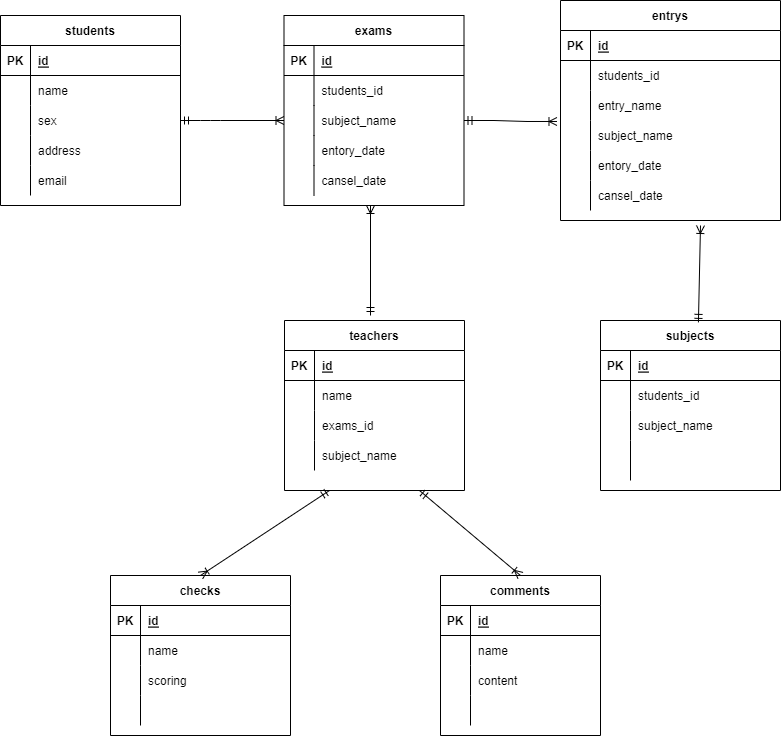
Above: index.drawio.png in yuuseijuri/20220804ozawa (draw.io), before the change. Source tidied: cells renumbered, new cells last; positions are measured from the earlier drawing's top-left corner, leaving out a move shared by most shapes.
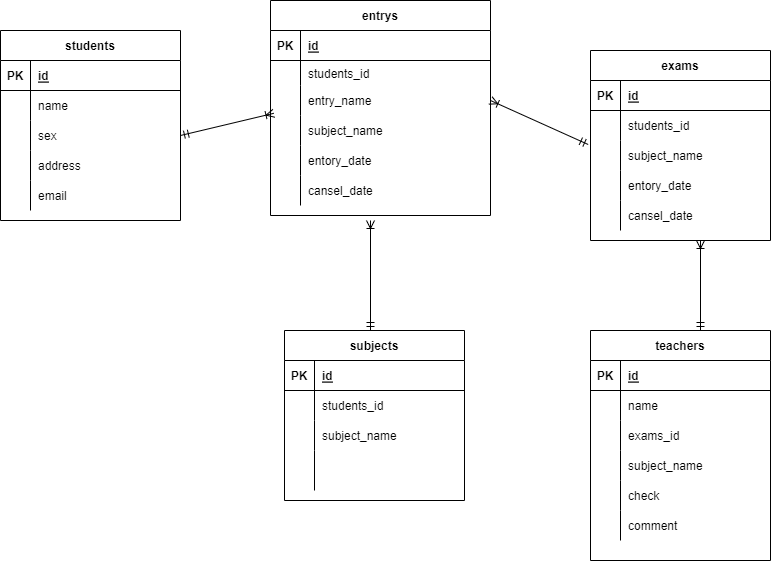
The same file after the commit.

What changed in the source:
```diff
@@ -51,7 +51,7 @@
       <mxGeometry x="30" width="150" height="30" as="geometry" />
     </mxCell>
     <mxCell id="18" value="entrys" style="shape=table;startSize=30;rowLines=0;fontStyle=1;align=center;" parent="1" vertex="1">
-      <mxGeometry x="560" width="220" height="220" as="geometry" />
+      <mxGeometry x="270" y="-15" width="220" height="215" as="geometry" />
     </mxCell>
     <mxCell id="19" style="shape=partialRectangle;fillColor=none;top=0;left=0;bottom=1;right=0;" parent="18" vertex="1">
       <mxGeometry y="30" width="220" height="30" as="geometry" />
@@ -63,16 +63,16 @@
       <mxGeometry x="30" width="190" height="30" as="geometry" />
     </mxCell>
     <mxCell id="22" style="shape=partialRectangle;fillColor=none;top=0;left=0;bottom=0;right=0;" parent="18" vertex="1">
-      <mxGeometry y="60" width="220" height="30" as="geometry" />
+      <mxGeometry y="60" width="220" height="25" as="geometry" />
     </mxCell>
     <mxCell id="23" style="shape=partialRectangle;fillColor=none;top=0;left=0;bottom=0;right=0;overflow=hidden;" parent="22" vertex="1">
-      <mxGeometry width="30" height="30" as="geometry" />
+      <mxGeometry width="30" height="25" as="geometry" />
     </mxCell>
     <mxCell id="24" value="students_id" style="shape=partialRectangle;fillColor=none;top=0;left=0;bottom=0;right=0;align=left;spacingLeft=6;overflow=hidden;" parent="22" vertex="1">
-      <mxGeometry x="30" width="190" height="30" as="geometry" />
+      <mxGeometry x="30" width="190" height="25" as="geometry" />
     </mxCell>
     <mxCell id="25" style="shape=partialRectangle;fillColor=none;top=0;left=0;bottom=0;right=0;points=[[0,0.5],[1,0.5]];portConstraint=eastwest;" parent="18" vertex="1">
-      <mxGeometry y="90" width="220" height="30" as="geometry" />
+      <mxGeometry y="85" width="220" height="30" as="geometry" />
     </mxCell>
     <mxCell id="26" style="shape=partialRectangle;fillColor=none;top=0;left=0;bottom=0;right=0;overflow=hidden;" parent="25" vertex="1">
       <mxGeometry width="30" height="30" as="geometry" />
@@ -81,7 +81,7 @@
       <mxGeometry x="30" width="190" height="30" as="geometry" />
     </mxCell>
     <mxCell id="28" style="shape=partialRectangle;fillColor=none;top=0;left=0;bottom=0;right=0;points=[[0,0.5],[1,0.5]];portConstraint=eastwest;" parent="18" vertex="1">
-      <mxGeometry y="120" width="220" height="30" as="geometry" />
+      <mxGeometry y="115" width="220" height="30" as="geometry" />
     </mxCell>
     <mxCell id="29" style="shape=partialRectangle;fillColor=none;top=0;left=0;bottom=0;right=0;overflow=hidden;" parent="28" vertex="1">
       <mxGeometry width="30" height="30" as="geometry" />
@@ -90,7 +90,7 @@
       <mxGeometry x="30" width="190" height="30" as="geometry" />
     </mxCell>
     <mxCell id="31" style="shape=partialRectangle;fillColor=none;top=0;left=0;bottom=0;right=0;" parent="18" vertex="1">
-      <mxGeometry y="150" width="220" height="30" as="geometry" />
+      <mxGeometry y="145" width="220" height="30" as="geometry" />
     </mxCell>
     <mxCell id="32" style="shape=partialRectangle;fillColor=none;top=0;left=0;bottom=0;right=0;overflow=hidden;" parent="31" vertex="1">
       <mxGeometry width="30" height="30" as="geometry" />
@@ -99,7 +99,7 @@
       <mxGeometry x="30" width="190" height="30" as="geometry" />
     </mxCell>
     <mxCell id="34" style="shape=partialRectangle;fillColor=none;top=0;left=0;bottom=0;right=0;" parent="18" vertex="1">
-      <mxGeometry y="180" width="220" height="30" as="geometry" />
+      <mxGeometry y="175" width="220" height="30" as="geometry" />
     </mxCell>
     <mxCell id="35" style="shape=partialRectangle;fillColor=none;top=0;left=0;bottom=0;right=0;overflow=hidden;" parent="34" vertex="1">
       <mxGeometry width="30" height="30" as="geometry" />
@@ -108,7 +108,7 @@
       <mxGeometry x="30" width="190" height="30" as="geometry" />
     </mxCell>
     <mxCell id="37" value="subjects" style="shape=table;startSize=30;rowLines=0;fontStyle=1;align=center;" parent="1" vertex="1">
-      <mxGeometry x="600" y="320" width="180" height="170" as="geometry" />
+      <mxGeometry x="284" y="315" width="180" height="170" as="geometry" />
     </mxCell>
     <mxCell id="38" style="shape=partialRectangle;fillColor=none;top=0;left=0;bottom=1;right=0;" parent="37" vertex="1">
       <mxGeometry y="30" width="180" height="30" as="geometry" />
@@ -146,86 +146,8 @@
     <mxCell id="49" style="shape=partialRectangle;fillColor=none;top=0;left=0;bottom=0;right=0;align=left;spacingLeft=6;overflow=hidden;" parent="47" vertex="1">
       <mxGeometry x="30" width="150" height="40" as="geometry" />
     </mxCell>
-    <mxCell id="50" value="checks" style="shape=table;startSize=30;rowLines=0;fontStyle=1;align=center;" parent="1" vertex="1">
-      <mxGeometry x="110" y="575" width="180" height="160" as="geometry" />
-    </mxCell>
-    <mxCell id="51" style="shape=partialRectangle;fillColor=none;top=0;left=0;bottom=1;right=0;" parent="50" vertex="1">
-      <mxGeometry y="30" width="180" height="30" as="geometry" />
-    </mxCell>
-    <mxCell id="52" value="PK" style="shape=partialRectangle;fillColor=none;top=0;left=0;bottom=0;right=0;fontStyle=1;overflow=hidden;" parent="51" vertex="1">
-      <mxGeometry width="30" height="30" as="geometry" />
-    </mxCell>
-    <mxCell id="53" value="id" style="shape=partialRectangle;fillColor=none;top=0;left=0;bottom=0;right=0;align=left;spacingLeft=6;fontStyle=5;overflow=hidden;" parent="51" vertex="1">
-      <mxGeometry x="30" width="150" height="30" as="geometry" />
-    </mxCell>
-    <mxCell id="54" style="shape=partialRectangle;fillColor=none;top=0;left=0;bottom=0;right=0;" parent="50" vertex="1">
-      <mxGeometry y="60" width="180" height="30" as="geometry" />
-    </mxCell>
-    <mxCell id="55" style="shape=partialRectangle;fillColor=none;top=0;left=0;bottom=0;right=0;overflow=hidden;" parent="54" vertex="1">
-      <mxGeometry width="30" height="30" as="geometry" />
-    </mxCell>
-    <mxCell id="56" value="name" style="shape=partialRectangle;fillColor=none;top=0;left=0;bottom=0;right=0;align=left;spacingLeft=6;overflow=hidden;" parent="54" vertex="1">
-      <mxGeometry x="30" width="150" height="30" as="geometry" />
-    </mxCell>
-    <mxCell id="57" style="shape=partialRectangle;fillColor=none;top=0;left=0;bottom=0;right=0;" parent="50" vertex="1">
-      <mxGeometry y="90" width="180" height="30" as="geometry" />
-    </mxCell>
-    <mxCell id="58" style="shape=partialRectangle;fillColor=none;top=0;left=0;bottom=0;right=0;overflow=hidden;" parent="57" vertex="1">
-      <mxGeometry width="30" height="30" as="geometry" />
-    </mxCell>
-    <mxCell id="59" value="scoring" style="shape=partialRectangle;fillColor=none;top=0;left=0;bottom=0;right=0;align=left;spacingLeft=6;overflow=hidden;" parent="57" vertex="1">
-      <mxGeometry x="30" width="150" height="30" as="geometry" />
-    </mxCell>
-    <mxCell id="60" style="shape=partialRectangle;fillColor=none;top=0;left=0;bottom=0;right=0;" parent="50" vertex="1">
-      <mxGeometry y="120" width="180" height="30" as="geometry" />
-    </mxCell>
-    <mxCell id="61" style="shape=partialRectangle;fillColor=none;top=0;left=0;bottom=0;right=0;overflow=hidden;" parent="60" vertex="1">
-      <mxGeometry width="30" height="30" as="geometry" />
-    </mxCell>
-    <mxCell id="62" style="shape=partialRectangle;fillColor=none;top=0;left=0;bottom=0;right=0;align=left;spacingLeft=6;overflow=hidden;" parent="60" vertex="1">
-      <mxGeometry x="30" width="150" height="30" as="geometry" />
-    </mxCell>
-    <mxCell id="63" value="comments" style="shape=table;startSize=30;rowLines=0;fontStyle=1;align=center;" parent="1" vertex="1">
-      <mxGeometry x="440" y="575" width="160" height="160" as="geometry" />
-    </mxCell>
-    <mxCell id="64" style="shape=partialRectangle;fillColor=none;top=0;left=0;bottom=1;right=0;" parent="63" vertex="1">
-      <mxGeometry y="30" width="160" height="30" as="geometry" />
-    </mxCell>
-    <mxCell id="65" value="PK" style="shape=partialRectangle;fillColor=none;top=0;left=0;bottom=0;right=0;fontStyle=1;overflow=hidden;" parent="64" vertex="1">
-      <mxGeometry width="30" height="30" as="geometry" />
-    </mxCell>
-    <mxCell id="66" value="id" style="shape=partialRectangle;fillColor=none;top=0;left=0;bottom=0;right=0;align=left;spacingLeft=6;fontStyle=5;overflow=hidden;" parent="64" vertex="1">
-      <mxGeometry x="30" width="130" height="30" as="geometry" />
-    </mxCell>
-    <mxCell id="67" style="shape=partialRectangle;fillColor=none;top=0;left=0;bottom=0;right=0;" parent="63" vertex="1">
-      <mxGeometry y="60" width="160" height="30" as="geometry" />
-    </mxCell>
-    <mxCell id="68" style="shape=partialRectangle;fillColor=none;top=0;left=0;bottom=0;right=0;overflow=hidden;" parent="67" vertex="1">
-      <mxGeometry width="30" height="30" as="geometry" />
-    </mxCell>
-    <mxCell id="69" value="name" style="shape=partialRectangle;fillColor=none;top=0;left=0;bottom=0;right=0;align=left;spacingLeft=6;overflow=hidden;" parent="67" vertex="1">
-      <mxGeometry x="30" width="130" height="30" as="geometry" />
-    </mxCell>
-    <mxCell id="70" style="shape=partialRectangle;fillColor=none;top=0;left=0;bottom=0;right=0;" parent="63" vertex="1">
-      <mxGeometry y="90" width="160" height="30" as="geometry" />
-    </mxCell>
-    <mxCell id="71" style="shape=partialRectangle;fillColor=none;top=0;left=0;bottom=0;right=0;overflow=hidden;" parent="70" vertex="1">
-      <mxGeometry width="30" height="30" as="geometry" />
-    </mxCell>
-    <mxCell id="72" value="content" style="shape=partialRectangle;fillColor=none;top=0;left=0;bottom=0;right=0;align=left;spacingLeft=6;overflow=hidden;" parent="70" vertex="1">
-      <mxGeometry x="30" width="130" height="30" as="geometry" />
-    </mxCell>
-    <mxCell id="73" style="shape=partialRectangle;fillColor=none;top=0;left=0;bottom=0;right=0;" parent="63" vertex="1">
-      <mxGeometry y="120" width="160" height="30" as="geometry" />
-    </mxCell>
-    <mxCell id="74" style="shape=partialRectangle;fillColor=none;top=0;left=0;bottom=0;right=0;overflow=hidden;" parent="73" vertex="1">
-      <mxGeometry width="30" height="30" as="geometry" />
-    </mxCell>
-    <mxCell id="75" style="shape=partialRectangle;fillColor=none;top=0;left=0;bottom=0;right=0;align=left;spacingLeft=6;overflow=hidden;" parent="73" vertex="1">
-      <mxGeometry x="30" width="130" height="30" as="geometry" />
-    </mxCell>
     <mxCell id="76" value="teachers" style="shape=table;startSize=30;rowLines=0;fontStyle=1;align=center;" parent="1" vertex="1">
-      <mxGeometry x="284" y="320" width="180" height="170" as="geometry" />
+      <mxGeometry x="590" y="315" width="180" height="230" as="geometry" />
     </mxCell>
     <mxCell id="77" style="shape=partialRectangle;fillColor=none;top=0;left=0;bottom=1;right=0;" parent="76" vertex="1">
       <mxGeometry y="30" width="180" height="30" as="geometry" />
@@ -263,8 +185,26 @@
     <mxCell id="88" value="subject_name" style="shape=partialRectangle;fillColor=none;top=0;left=0;bottom=0;right=0;align=left;spacingLeft=6;overflow=hidden;" parent="86" vertex="1">
       <mxGeometry x="30" width="150" height="30" as="geometry" />
     </mxCell>
+    <mxCell id="111" style="shape=partialRectangle;fillColor=none;top=0;left=0;bottom=0;right=0;" parent="76" vertex="1">
+      <mxGeometry y="150" width="180" height="30" as="geometry" />
+    </mxCell>
+    <mxCell id="112" style="shape=partialRectangle;fillColor=none;top=0;left=0;bottom=0;right=0;overflow=hidden;" parent="111" vertex="1">
+      <mxGeometry width="30" height="30" as="geometry" />
+    </mxCell>
+    <mxCell id="113" value="check" style="shape=partialRectangle;fillColor=none;top=0;left=0;bottom=0;right=0;align=left;spacingLeft=6;overflow=hidden;" parent="111" vertex="1">
+      <mxGeometry x="30" width="150" height="30" as="geometry" />
+    </mxCell>
+    <mxCell id="114" style="shape=partialRectangle;fillColor=none;top=0;left=0;bottom=0;right=0;" parent="76" vertex="1">
+      <mxGeometry y="180" width="180" height="30" as="geometry" />
+    </mxCell>
+    <mxCell id="115" style="shape=partialRectangle;fillColor=none;top=0;left=0;bottom=0;right=0;overflow=hidden;" parent="114" vertex="1">
+      <mxGeometry width="30" height="30" as="geometry" />
+    </mxCell>
+    <mxCell id="116" value="comment" style="shape=partialRectangle;fillColor=none;top=0;left=0;bottom=0;right=0;align=left;spacingLeft=6;overflow=hidden;" parent="114" vertex="1">
+      <mxGeometry x="30" width="150" height="30" as="geometry" />
+    </mxCell>
     <mxCell id="89" value="exams" style="shape=table;startSize=30;rowLines=0;fontStyle=1;align=center;" parent="1" vertex="1">
-      <mxGeometry x="283.5" y="15" width="180" height="190" as="geometry" />
+      <mxGeometry x="590" y="35" width="180" height="190" as="geometry" />
     </mxCell>
     <mxCell id="90" style="shape=partialRectangle;fillColor=none;top=0;left=0;bottom=1;right=0;" parent="89" vertex="1">
       <mxGeometry y="30" width="180" height="30" as="geometry" />
@@ -311,23 +251,18 @@
     <mxCell id="104" value="cansel_date" style="shape=partialRectangle;fillColor=none;top=0;left=0;bottom=0;right=0;align=left;spacingLeft=6;overflow=hidden;" parent="102" vertex="1">
       <mxGeometry x="30" width="150" height="30" as="geometry" />
     </mxCell>
-    <mxCell id="105" style="fontSize=12;html=1;endArrow=ERoneToMany;startArrow=ERmandOne;exitX=0.544;exitY=0.011;exitDx=0;exitDy=0;exitPerimeter=0;" parent="1" edge="1" source="37">
+    <mxCell id="105" style="fontSize=12;html=1;endArrow=ERoneToMany;startArrow=ERmandOne;" parent="1" edge="1">
       <mxGeometry relative="1" as="geometry">
+        <mxPoint x="700" y="315" as="sourcePoint" />
         <mxPoint x="700" y="225" as="targetPoint" />
       </mxGeometry>
     </mxCell>
-    <mxCell id="106" style="edgeStyle=entityRelationEdgeStyle;fontSize=12;html=1;endArrow=ERoneToMany;startArrow=ERmandOne;exitX=1;exitY=0.5;exitDx=0;exitDy=0;entryX=0;entryY=0.5;entryDx=0;entryDy=0;" parent="1" edge="1" source="9" target="96">
+    <mxCell id="106" style="fontSize=12;html=1;endArrow=ERoneToMany;startArrow=ERmandOne;exitX=1;exitY=0.5;exitDx=0;exitDy=0;entryX=0.015;entryY=-0.073;entryDx=0;entryDy=0;entryPerimeter=0;" parent="1" edge="1" source="9" target="28">
       <mxGeometry relative="1" as="geometry" />
     </mxCell>
-    <mxCell id="107" style="edgeStyle=entityRelationEdgeStyle;fontSize=12;html=1;endArrow=ERoneToMany;startArrow=ERmandOne;entryX=-0.016;entryY=0.033;entryDx=0;entryDy=0;entryPerimeter=0;exitX=1;exitY=0.5;exitDx=0;exitDy=0;" parent="1" edge="1" source="96" target="28">
+    <mxCell id="107" style="fontSize=12;html=1;endArrow=ERoneToMany;startArrow=ERmandOne;entryX=1;entryY=0.5;entryDx=0;entryDy=0;exitX=-0.013;exitY=1.133;exitDx=0;exitDy=0;exitPerimeter=0;" parent="1" edge="1" source="93" target="25">
       <mxGeometry relative="1" as="geometry" />
     </mxCell>
-    <mxCell id="108" style="fontSize=12;html=1;endArrow=ERoneToMany;startArrow=ERmandOne;exitX=0.25;exitY=1;exitDx=0;exitDy=0;entryX=0.5;entryY=0;entryDx=0;entryDy=0;" parent="1" edge="1" source="76" target="50">
-      <mxGeometry relative="1" as="geometry" />
-    </mxCell>
-    <mxCell id="109" style="fontSize=12;html=1;endArrow=ERoneToMany;startArrow=ERmandOne;exitX=0.75;exitY=1;exitDx=0;exitDy=0;entryX=0.5;entryY=0;entryDx=0;entryDy=0;" parent="1" edge="1" source="76" target="63">
-      <mxGeometry relative="1" as="geometry" />
-    </mxCell>
     <mxCell id="110" style="fontSize=12;html=1;endArrow=ERoneToMany;startArrow=ERmandOne;" parent="1" edge="1">
       <mxGeometry relative="1" as="geometry">
         <mxPoint x="370" y="315" as="sourcePoint" />
```
